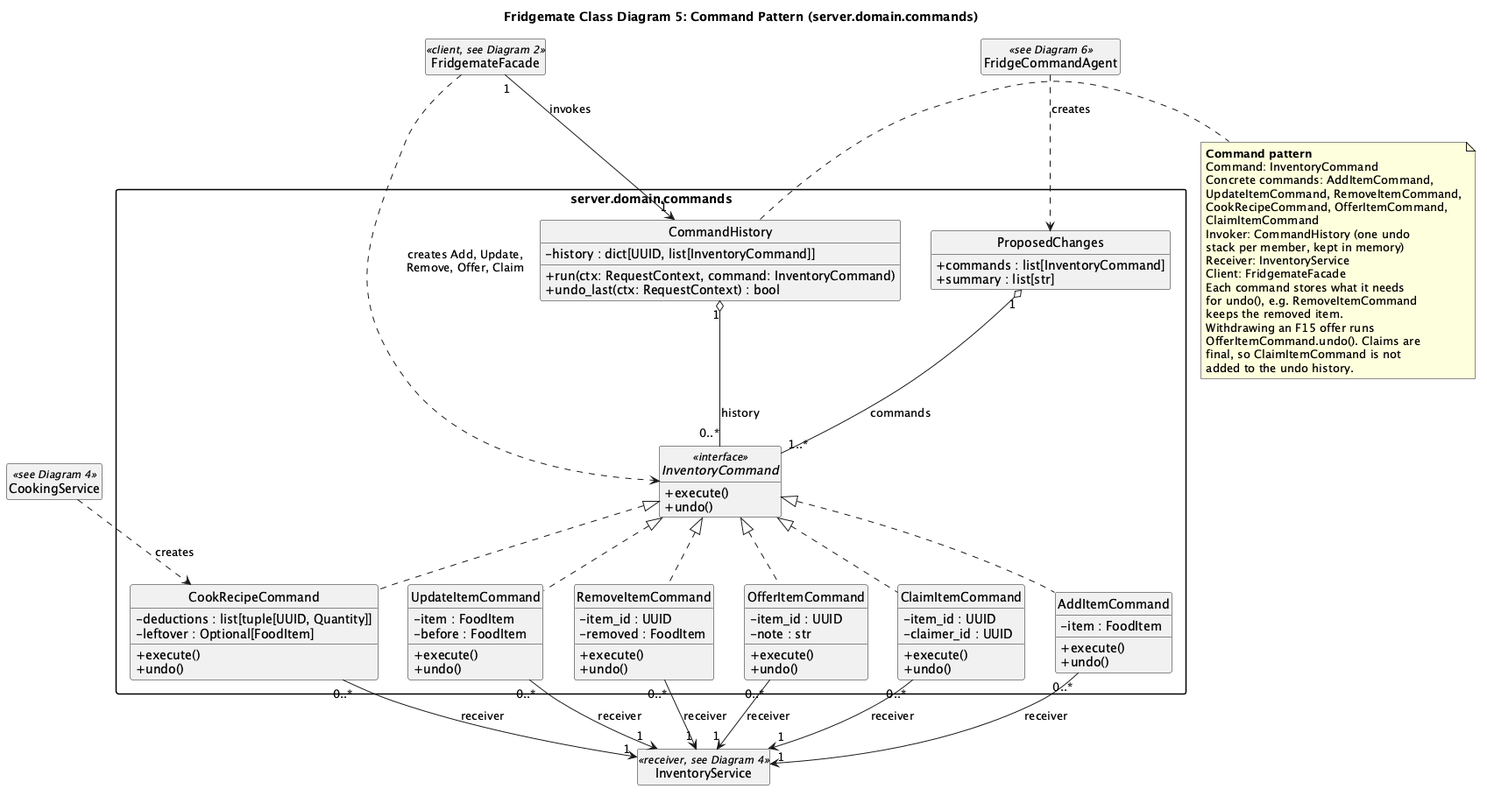
This is docs/stage1/diagrams/class-5-commands.png from mashrur5/fridgemate, a PlantUML export, as it was before one commit.
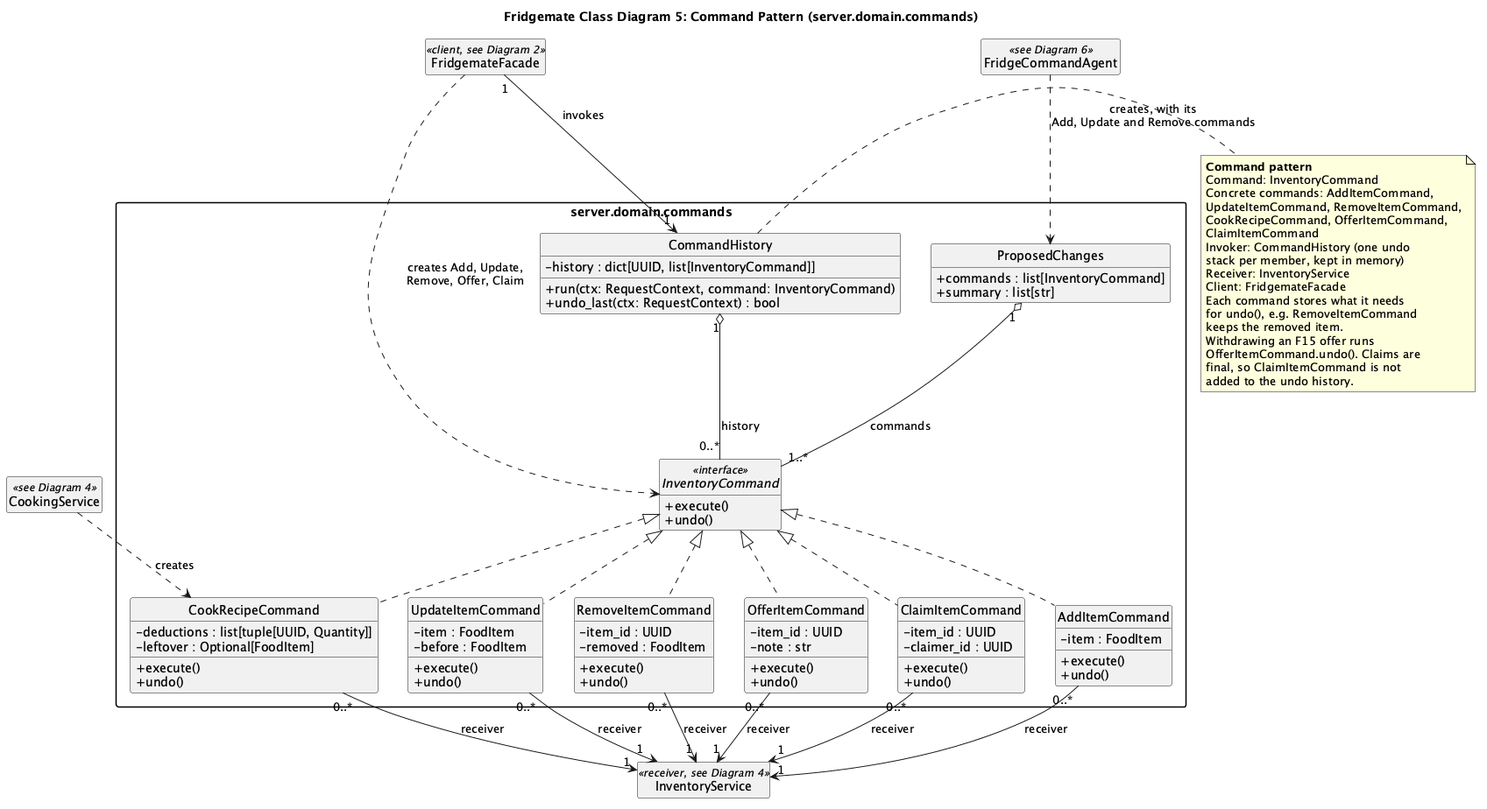
Later version of the same file.

The edit, as a diff of the source:
```diff
@@ -83,7 +83,7 @@
 FridgemateFacade "1" --> "1" CommandHistory : invokes
 FridgemateFacade ..> InventoryCommand : creates Add, Update,\nRemove, Offer, Claim
 CookingService ..> CookRecipeCommand : creates
-FridgeCommandAgent ..> ProposedChanges : creates
+FridgeCommandAgent ..> ProposedChanges : creates, with its\nAdd, Update and Remove commands
 
 note right of CommandHistory
   <b>Command pattern</b>
```
